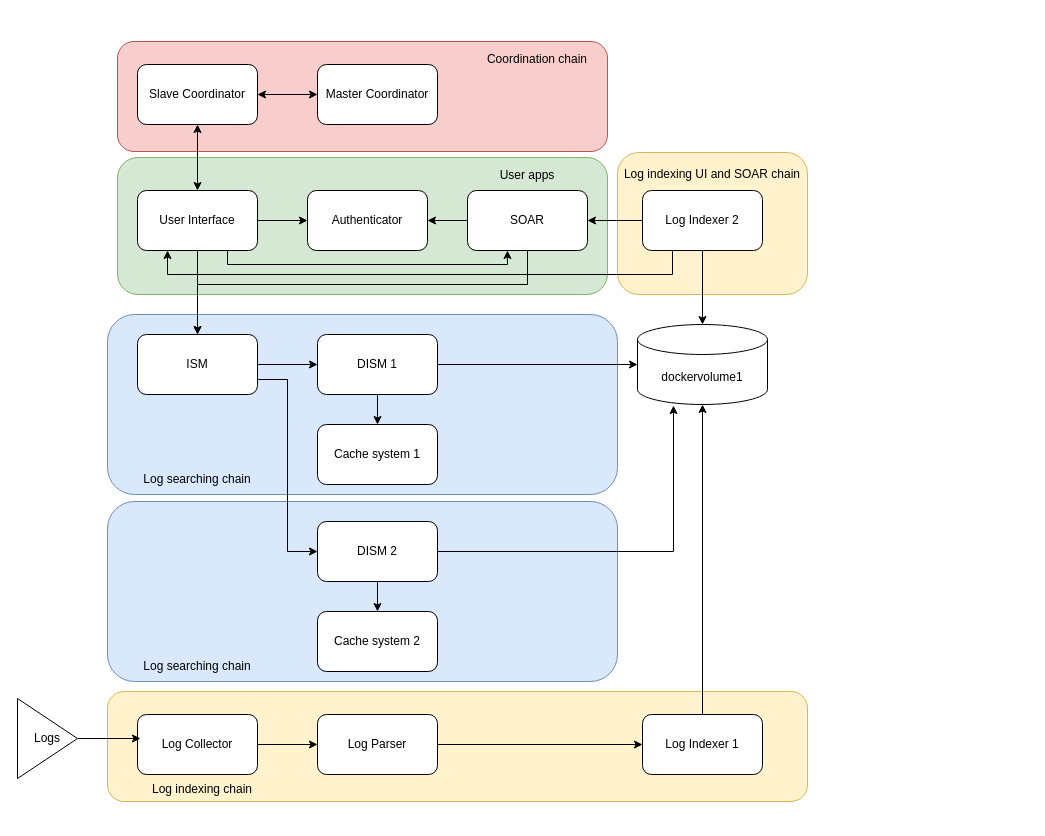
This is docs/media/Single full architecture.drawio from devbytesart/dbasiemproject, a draw.io file, before an edit. Source tidied: cells renumbered, new cells numbered last; positions are measured from the earlier drawing's top-left corner, leaving out a move shared by most shapes. Both pictures are drawn from the tidied source at 100%, with x=0, y=0 at pixel (17, 41).
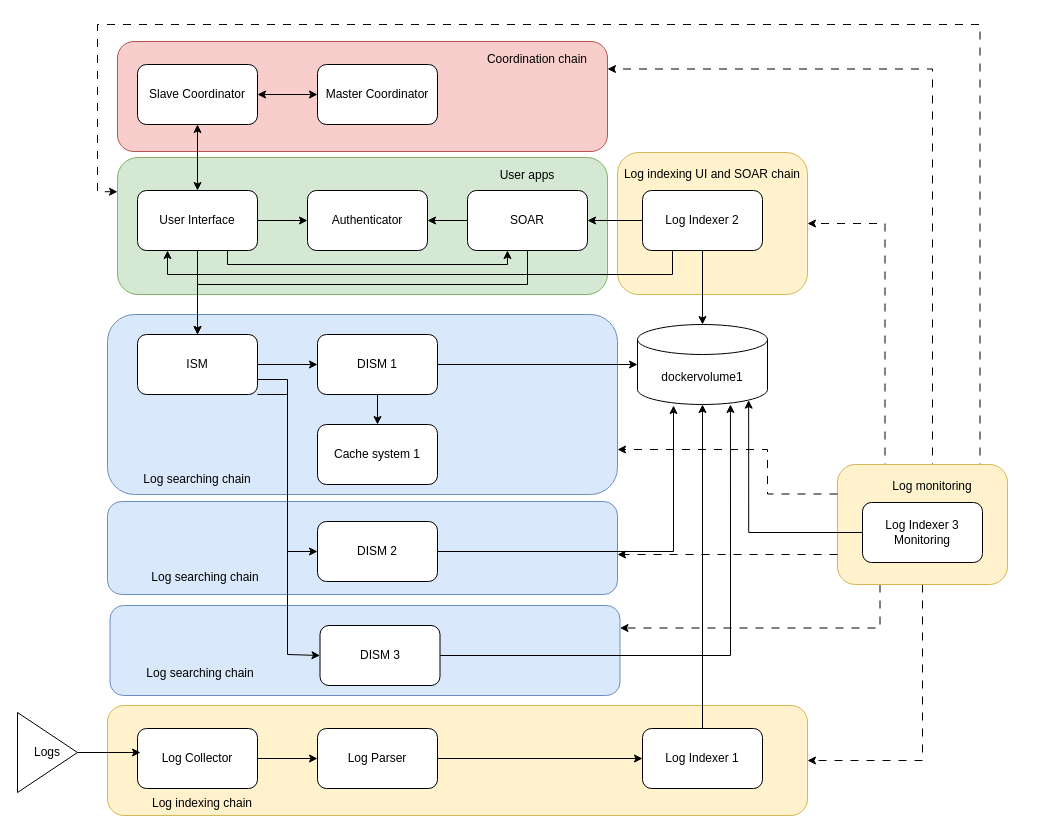
The same diagram, later.

Commit message (it also covers changes not shown here):
Troubleshoot bar chart and add monitoring to single full archi

Unchanged cells that the change refers to:
```xml
<mxCell id="3" style="rounded=1;whiteSpace=wrap;html=1;fillColor=#d5e8d4;strokeColor=#82b366;" parent="1" vertex="1">
  <mxGeometry x="100" y="116" width="490" height="137" as="geometry" />
</mxCell>
<mxCell id="4" style="rounded=1;whiteSpace=wrap;html=1;fillColor=#fff2cc;strokeColor=#d6b656;" parent="1" vertex="1">
  <mxGeometry x="600" y="111" width="190" height="142" as="geometry" />
</mxCell>
<mxCell id="5" style="rounded=1;whiteSpace=wrap;html=1;fillColor=#f8cecc;strokeColor=#b85450;" parent="1" vertex="1">
  <mxGeometry x="100" width="490" height="110" as="geometry" />
</mxCell>
<mxCell id="6" style="rounded=1;whiteSpace=wrap;html=1;fillColor=#dae8fc;strokeColor=#6c8ebf;" parent="1" vertex="1">
  <mxGeometry x="90" y="273" width="510" height="180" as="geometry" />
</mxCell>
<mxCell id="21" value="dockervolume1" style="shape=cylinder3;whiteSpace=wrap;html=1;boundedLbl=1;backgroundOutline=1;size=15;" parent="1" vertex="1">
  <mxGeometry x="620" y="283" width="130" height="80" as="geometry" />
</mxCell>
<mxCell id="26" value="&lt;div&gt;&lt;span style=&quot;background-color: transparent; color: light-dark(rgb(0, 0, 0), rgb(255, 255, 255));&quot;&gt;ISM&lt;/span&gt;&lt;/div&gt;" style="rounded=1;whiteSpace=wrap;html=1;" parent="1" vertex="1">
  <mxGeometry x="120" y="293" width="120" height="60" as="geometry" />
</mxCell>
<mxCell id="46" value="DISM 2" style="rounded=1;whiteSpace=wrap;html=1;" parent="1" vertex="1">
  <mxGeometry x="300" y="480" width="120" height="60" as="geometry" />
</mxCell>
```

Change to the diagram source:
```diff
@@
+    <mxCell id="50" style="edgeStyle=orthogonalEdgeStyle;rounded=0;jettySize=auto;html=1;exitX=0.25;exitY=0;exitDx=0;exitDy=0;entryX=1;entryY=0.5;entryDx=0;entryDy=0;dashed=1;dashPattern=8 8;" parent="1" edge="1" source="63" target="4">
+      <mxGeometry relative="1" as="geometry" />
+    </mxCell>
+    <mxCell id="51" style="edgeStyle=orthogonalEdgeStyle;rounded=0;jettySize=auto;html=1;exitX=0.5;exitY=0;exitDx=0;exitDy=0;entryX=1;entryY=0.25;entryDx=0;entryDy=0;dashed=1;dashPattern=8 8;" parent="1" edge="1" source="63" target="5">
+      <mxGeometry relative="1" as="geometry" />
+    </mxCell>
+    <mxCell id="52" style="edgeStyle=orthogonalEdgeStyle;rounded=0;jettySize=auto;html=1;exitX=0.75;exitY=0;exitDx=0;exitDy=0;entryX=0;entryY=0.25;entryDx=0;entryDy=0;dashed=1;dashPattern=8 8;" parent="1" edge="1" source="63" target="3">
+      <mxGeometry relative="1" as="geometry">
+        <Array as="points">
+          <mxPoint x="963" y="-17" />
+          <mxPoint x="80" y="-17" />
+          <mxPoint x="80" y="150" />
+        </Array>
+      </mxGeometry>
+    </mxCell>
+    <mxCell id="53" style="rounded=1;whiteSpace=wrap;html=1;fillColor=#dae8fc;strokeColor=#6c8ebf;" parent="1" vertex="1">
+      <mxGeometry x="92.5" y="564" width="510" height="90" as="geometry" />
+    </mxCell>
     <mxCell id="2" style="rounded=1;whiteSpace=wrap;html=1;fillColor=#dae8fc;strokeColor=#6c8ebf;" parent="1" vertex="1">
-      <mxGeometry x="90" y="460" width="510" height="180" as="geometry" />
+      <mxGeometry x="90" y="460" width="510" height="93" as="geometry" />
     </mxCell>
@@
     <mxCell id="7" style="rounded=1;whiteSpace=wrap;html=1;fillColor=#fff2cc;strokeColor=#d6b656;" parent="1" vertex="1">
-      <mxGeometry x="90" y="650" width="700" height="110" as="geometry" />
+      <mxGeometry x="90" y="664" width="700" height="110" as="geometry" />
     </mxCell>
@@
     <mxCell id="17" value="Log Collector" style="rounded=1;whiteSpace=wrap;html=1;" parent="1" vertex="1">
-      <mxGeometry x="120" y="673" width="120" height="60" as="geometry" />
+      <mxGeometry x="120" y="687" width="120" height="60" as="geometry" />
     </mxCell>
@@
     <mxCell id="19" value="Log Parser" style="rounded=1;whiteSpace=wrap;html=1;" parent="1" vertex="1">
-      <mxGeometry x="300" y="673" width="120" height="60" as="geometry" />
+      <mxGeometry x="300" y="687" width="120" height="60" as="geometry" />
     </mxCell>
     <mxCell id="20" value="Log Indexer 1" style="rounded=1;whiteSpace=wrap;html=1;" parent="1" vertex="1">
-      <mxGeometry x="625" y="673" width="120" height="60" as="geometry" />
+      <mxGeometry x="625" y="687" width="120" height="60" as="geometry" />
     </mxCell>
@@
+    <mxCell id="54" style="edgeStyle=orthogonalEdgeStyle;rounded=0;jettySize=auto;html=1;exitX=1;exitY=1;exitDx=0;exitDy=0;entryX=0;entryY=0.5;entryDx=0;entryDy=0;" parent="1" edge="1" source="26" target="55">
+      <mxGeometry relative="1" as="geometry">
+        <Array as="points">
+          <mxPoint x="270" y="353" />
+          <mxPoint x="270" y="613" />
+        </Array>
+      </mxGeometry>
+    </mxCell>
@@
     <mxCell id="33" value="Logs" style="triangle;whiteSpace=wrap;html=1;" parent="1" vertex="1">
-      <mxGeometry y="657" width="60" height="80" as="geometry" />
+      <mxGeometry y="671" width="60" height="80" as="geometry" />
     </mxCell>
@@
     <mxCell id="40" value="Log indexing chain" style="text;html=1;whiteSpace=wrap;strokeColor=none;fillColor=none;align=center;verticalAlign=middle;rounded=0;" parent="1" vertex="1">
-      <mxGeometry x="90" y="733" width="190" height="30" as="geometry" />
+      <mxGeometry x="90" y="747" width="190" height="30" as="geometry" />
     </mxCell>
@@
-    <mxCell id="45" style="edgeStyle=orthogonalEdgeStyle;rounded=0;jettySize=auto;html=1;exitX=0.5;exitY=1;exitDx=0;exitDy=0;entryX=0.5;entryY=0;entryDx=0;entryDy=0;" parent="1" edge="1" source="46" target="47">
-      <mxGeometry relative="1" as="geometry" />
-    </mxCell>
@@
-    <mxCell id="47" value="Cache system 2" style="rounded=1;whiteSpace=wrap;html=1;" parent="1" vertex="1">
-      <mxGeometry x="300" y="570" width="120" height="60" as="geometry" />
-    </mxCell>
     <mxCell id="48" value="Log searching chain" style="text;html=1;whiteSpace=wrap;strokeColor=none;fillColor=none;align=center;verticalAlign=middle;rounded=0;" parent="1" vertex="1">
-      <mxGeometry x="85" y="610" width="190" height="30" as="geometry" />
+      <mxGeometry x="92.5" y="521" width="190" height="30" as="geometry" />
     </mxCell>
@@
+    <mxCell id="55" value="DISM 3" style="rounded=1;whiteSpace=wrap;html=1;" parent="1" vertex="1">
+      <mxGeometry x="302.5" y="584" width="120" height="60" as="geometry" />
+    </mxCell>
+    <mxCell id="56" value="Log searching chain" style="text;html=1;whiteSpace=wrap;strokeColor=none;fillColor=none;align=center;verticalAlign=middle;rounded=0;" parent="1" vertex="1">
+      <mxGeometry x="87.5" y="617" width="190" height="30" as="geometry" />
+    </mxCell>
+    <mxCell id="57" style="edgeStyle=orthogonalEdgeStyle;rounded=0;jettySize=auto;html=1;exitX=1;exitY=0.5;exitDx=0;exitDy=0;entryX=0.715;entryY=1;entryDx=0;entryDy=0;entryPerimeter=0;" parent="1" edge="1" source="55" target="21">
+      <mxGeometry relative="1" as="geometry" />
+    </mxCell>
+    <mxCell id="58" style="edgeStyle=orthogonalEdgeStyle;rounded=0;jettySize=auto;html=1;exitX=0.25;exitY=1;exitDx=0;exitDy=0;entryX=1;entryY=0.25;entryDx=0;entryDy=0;dashed=1;dashPattern=8 8;" parent="1" edge="1" source="60" target="53">
+      <mxGeometry relative="1" as="geometry" />
+    </mxCell>
+    <mxCell id="59" style="edgeStyle=orthogonalEdgeStyle;rounded=0;jettySize=auto;html=1;exitX=0.5;exitY=1;exitDx=0;exitDy=0;entryX=1;entryY=0.5;entryDx=0;entryDy=0;dashed=1;dashPattern=8 8;" parent="1" edge="1" source="60" target="7">
+      <mxGeometry relative="1" as="geometry" />
+    </mxCell>
+    <mxCell id="60" style="rounded=1;whiteSpace=wrap;html=1;fillColor=#fff2cc;strokeColor=#d6b656;" parent="1" vertex="1">
+      <mxGeometry x="820" y="423" width="170" height="120" as="geometry" />
+    </mxCell>
+    <mxCell id="61" value="Log Indexer 3&lt;div&gt;Monitoring&lt;/div&gt;" style="rounded=1;whiteSpace=wrap;html=1;" parent="1" vertex="1">
+      <mxGeometry x="845" y="461" width="120" height="60" as="geometry" />
+    </mxCell>
+    <mxCell id="62" style="edgeStyle=orthogonalEdgeStyle;rounded=0;jettySize=auto;html=1;exitX=0;exitY=0.75;exitDx=0;exitDy=0;entryX=1;entryY=0.75;entryDx=0;entryDy=0;dashed=1;dashPattern=8 8;" parent="1" edge="1" source="63" target="6">
+      <mxGeometry relative="1" as="geometry">
+        <Array as="points">
+          <mxPoint x="750" y="453" />
+          <mxPoint x="750" y="408" />
+        </Array>
+      </mxGeometry>
+    </mxCell>
+    <mxCell id="63" value="Log monitoring" style="text;html=1;whiteSpace=wrap;strokeColor=none;fillColor=none;align=center;verticalAlign=middle;rounded=0;" parent="1" vertex="1">
+      <mxGeometry x="820" y="430" width="190" height="30" as="geometry" />
+    </mxCell>
+    <mxCell id="64" style="edgeStyle=orthogonalEdgeStyle;rounded=0;jettySize=auto;html=1;exitX=0;exitY=0.5;exitDx=0;exitDy=0;entryX=0.855;entryY=1;entryDx=0;entryDy=-4.35;entryPerimeter=0;" parent="1" edge="1" source="61" target="21">
+      <mxGeometry relative="1" as="geometry" />
+    </mxCell>
+    <mxCell id="65" style="edgeStyle=orthogonalEdgeStyle;rounded=0;jettySize=auto;html=1;exitX=0;exitY=0.75;exitDx=0;exitDy=0;dashed=1;dashPattern=8 8;" parent="1" edge="1" source="60">
+      <mxGeometry relative="1" as="geometry">
+        <mxPoint x="600" y="513" as="targetPoint" />
+        <Array as="points">
+          <mxPoint x="599" y="513" />
+        </Array>
+      </mxGeometry>
+    </mxCell>
```
